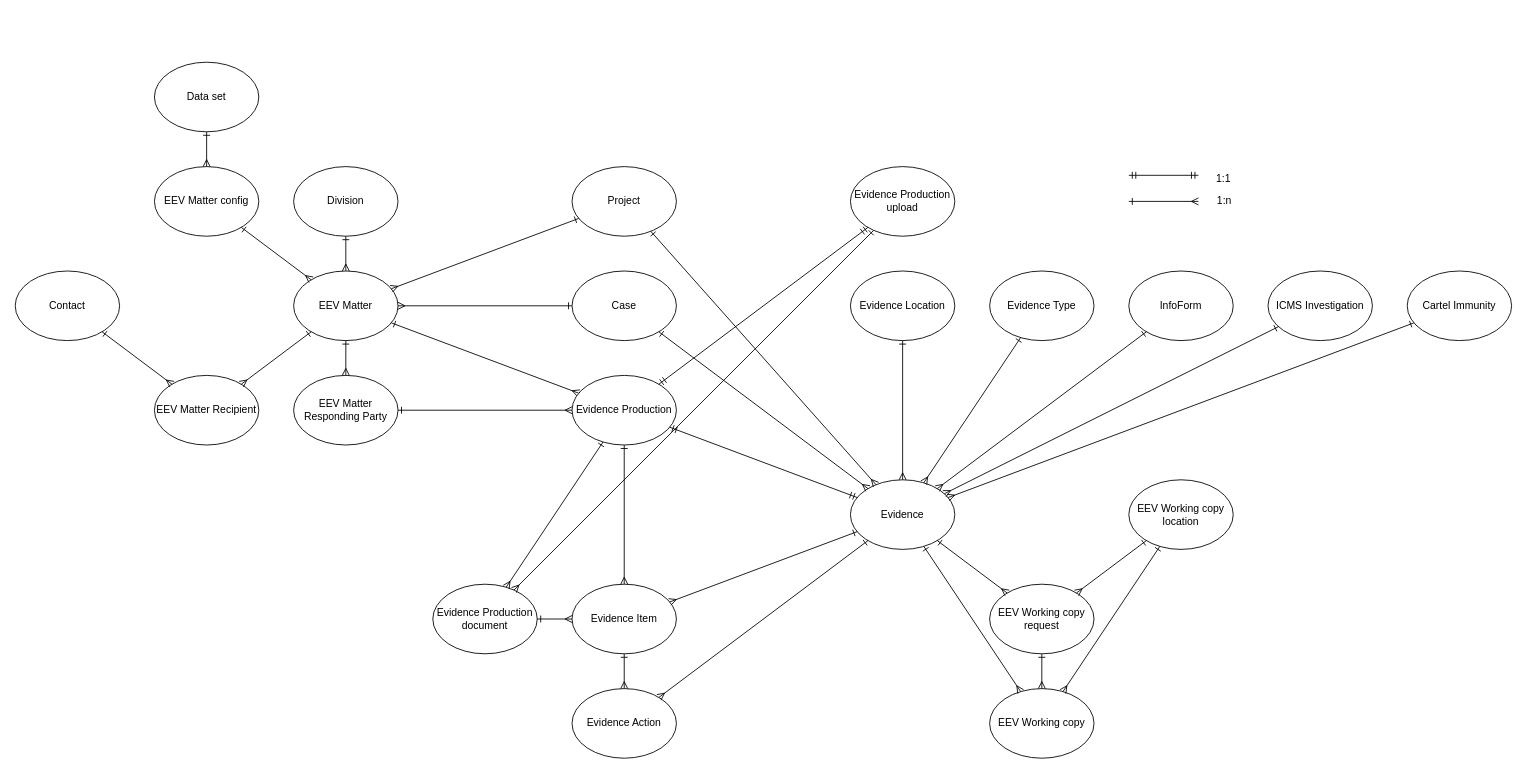
The draw.io diagram page "Page-1" (1 of 2) of Untitled Diagram.drawio in danieldotskc/helloworld, before the edit. Source tidied: cells renumbered, new cells numbered last; positions are measured from the earlier drawing's top-left corner, leaving out a move shared by most shapes. Both pictures are drawn from the tidied source at 87%, with x=0, y=0 at pixel (15, 62).
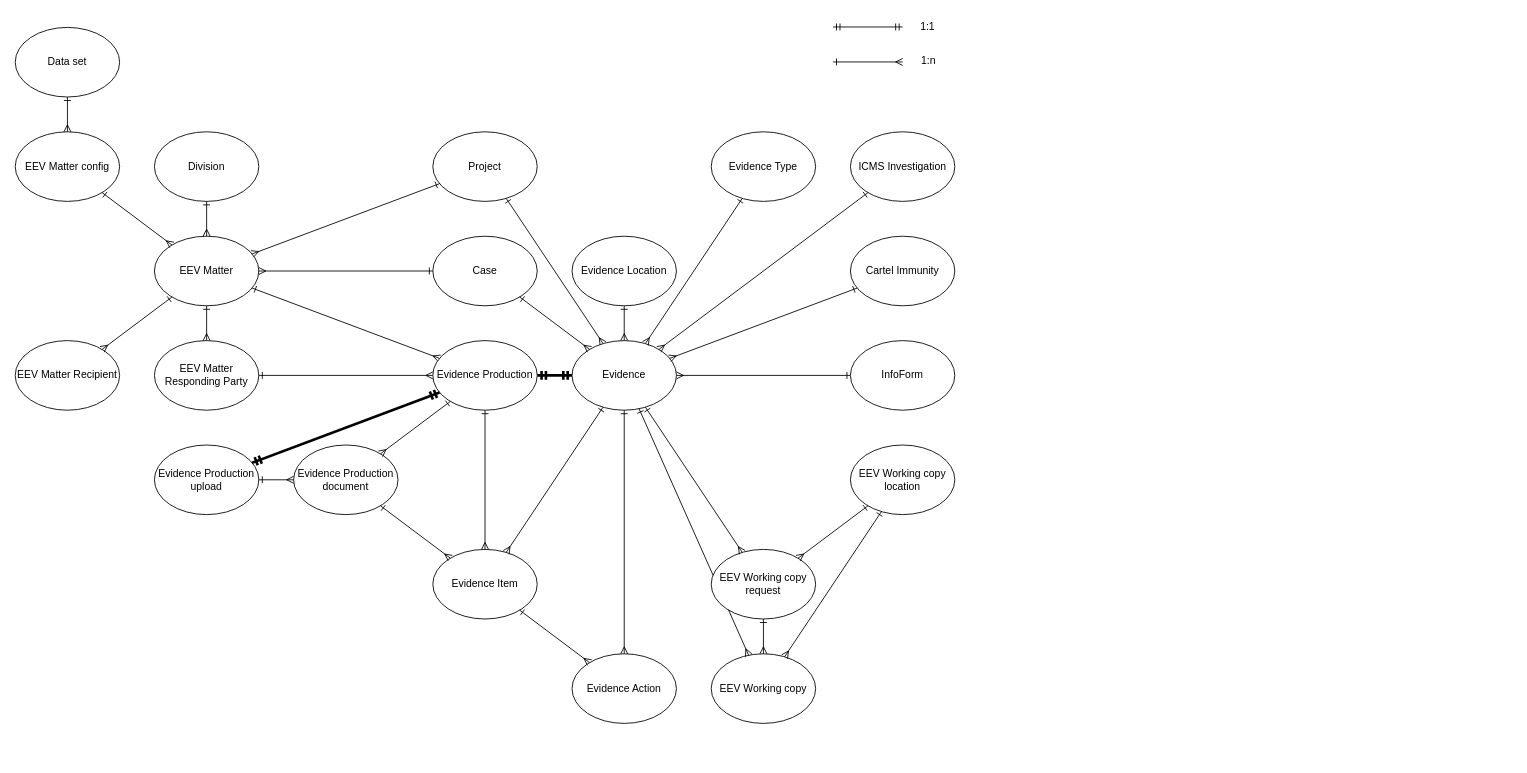
The same diagram, later.

The edit, as a diff of the source:
```diff
@@
+    <mxCell id="38" style="endArrow=ERone;html=1;rounded=0;startArrow=ERmany;startFill=0;endFill=0;" parent="1" edge="1" source="20" target="5">
+      <mxGeometry relative="1" as="geometry" />
+    </mxCell>
     <mxCell id="2" value="EEV Matter" style="ellipse;whiteSpace=wrap;html=1;" parent="1" vertex="1">
-      <mxGeometry x="320" y="240" width="120" height="80" as="geometry" />
+      <mxGeometry x="160" y="200" width="120" height="80" as="geometry" />
     </mxCell>
     <mxCell id="3" value="Case" style="ellipse;whiteSpace=wrap;html=1;" parent="1" vertex="1">
-      <mxGeometry x="640" y="240" width="120" height="80" as="geometry" />
+      <mxGeometry x="480" y="200" width="120" height="80" as="geometry" />
     </mxCell>
@@
     <mxCell id="5" value="Project" style="ellipse;whiteSpace=wrap;html=1;" parent="1" vertex="1">
-      <mxGeometry x="640" y="120" width="120" height="80" as="geometry" />
+      <mxGeometry x="480" y="80" width="120" height="80" as="geometry" />
     </mxCell>
@@
     <mxCell id="7" value="Division" style="ellipse;whiteSpace=wrap;html=1;" parent="1" vertex="1">
-      <mxGeometry x="320" y="120" width="120" height="80" as="geometry" />
+      <mxGeometry x="160" y="80" width="120" height="80" as="geometry" />
     </mxCell>
@@
     <mxCell id="9" value="EEV Matter config" style="ellipse;whiteSpace=wrap;html=1;" parent="1" vertex="1">
-      <mxGeometry x="160" y="120" width="120" height="80" as="geometry" />
+      <mxGeometry y="80" width="120" height="80" as="geometry" />
     </mxCell>
@@
     <mxCell id="11" value="Data set" style="ellipse;whiteSpace=wrap;html=1;" parent="1" vertex="1">
-      <mxGeometry x="160" width="120" height="80" as="geometry" />
+      <mxGeometry y="-40" width="120" height="80" as="geometry" />
     </mxCell>
@@
     <mxCell id="13" value="EEV Matter Recipient" style="ellipse;whiteSpace=wrap;html=1;" parent="1" vertex="1">
-      <mxGeometry x="160" y="360" width="120" height="80" as="geometry" />
+      <mxGeometry y="320" width="120" height="80" as="geometry" />
     </mxCell>
@@
-    <mxCell id="15" value="Contact" style="ellipse;whiteSpace=wrap;html=1;" parent="1" vertex="1">
-      <mxGeometry y="240" width="120" height="80" as="geometry" />
-    </mxCell>
-    <mxCell id="16" style="endArrow=ERone;html=1;rounded=0;startArrow=ERmany;startFill=0;endFill=0;" parent="1" edge="1" source="13" target="15">
-      <mxGeometry relative="1" as="geometry" />
-    </mxCell>
     <mxCell id="17" value="EEV Matter Responding Party" style="ellipse;whiteSpace=wrap;html=1;" parent="1" vertex="1">
-      <mxGeometry x="320" y="360" width="120" height="80" as="geometry" />
+      <mxGeometry x="160" y="320" width="120" height="80" as="geometry" />
     </mxCell>
@@
     <mxCell id="19" value="EEV Working copy" style="ellipse;whiteSpace=wrap;html=1;" parent="1" vertex="1">
-      <mxGeometry x="1120" y="720" width="120" height="80" as="geometry" />
+      <mxGeometry x="800" y="680" width="120" height="80" as="geometry" />
     </mxCell>
     <mxCell id="20" value="Evidence" style="ellipse;whiteSpace=wrap;html=1;" parent="1" vertex="1">
-      <mxGeometry x="960" y="480" width="120" height="80" as="geometry" />
+      <mxGeometry x="640" y="320" width="120" height="80" as="geometry" />
     </mxCell>
@@
     <mxCell id="22" value="EEV Working copy request" style="ellipse;whiteSpace=wrap;html=1;" parent="1" vertex="1">
-      <mxGeometry x="1120" y="600" width="120" height="80" as="geometry" />
+      <mxGeometry x="800" y="560" width="120" height="80" as="geometry" />
     </mxCell>
@@
     <mxCell id="24" value="EEV Working copy location" style="ellipse;whiteSpace=wrap;html=1;" parent="1" vertex="1">
-      <mxGeometry x="1280" y="480" width="120" height="80" as="geometry" />
+      <mxGeometry x="960" y="440" width="120" height="80" as="geometry" />
     </mxCell>
@@
-    <mxCell id="29" value="InfoForm" style="ellipse;whiteSpace=wrap;html=1;" parent="1" vertex="1">
-      <mxGeometry x="1280" y="240" width="120" height="80" as="geometry" />
-    </mxCell>
@@
     <mxCell id="32" value="Evidence Location" style="ellipse;whiteSpace=wrap;html=1;" parent="1" vertex="1">
-      <mxGeometry x="960" y="240" width="120" height="80" as="geometry" />
+      <mxGeometry x="640" y="200" width="120" height="80" as="geometry" />
     </mxCell>
@@
     <mxCell id="34" value="Evidence Type" style="ellipse;whiteSpace=wrap;html=1;" parent="1" vertex="1">
-      <mxGeometry x="1120" y="240" width="120" height="80" as="geometry" />
+      <mxGeometry x="800" y="80" width="120" height="80" as="geometry" />
     </mxCell>
@@
     <mxCell id="36" value="ICMS Investigation" style="ellipse;whiteSpace=wrap;html=1;" parent="1" vertex="1">
-      <mxGeometry x="1440" y="240" width="120" height="80" as="geometry" />
+      <mxGeometry x="960" y="80" width="120" height="80" as="geometry" />
     </mxCell>
@@
-    <mxCell id="38" style="endArrow=ERone;html=1;rounded=0;startArrow=ERmany;startFill=0;endFill=0;" parent="1" edge="1" source="20" target="5">
-      <mxGeometry relative="1" as="geometry" />
-    </mxCell>
     <mxCell id="39" value="Cartel Immunity" style="ellipse;whiteSpace=wrap;html=1;" parent="1" vertex="1">
-      <mxGeometry x="1600" y="240" width="120" height="80" as="geometry" />
+      <mxGeometry x="960" y="200" width="120" height="80" as="geometry" />
     </mxCell>
@@
     <mxCell id="41" value="Evidence Action" style="ellipse;whiteSpace=wrap;html=1;" parent="1" vertex="1">
-      <mxGeometry x="640" y="720" width="120" height="80" as="geometry" />
+      <mxGeometry x="640" y="680" width="120" height="80" as="geometry" />
     </mxCell>
@@
     <mxCell id="43" value="Evidence Item" style="ellipse;whiteSpace=wrap;html=1;" parent="1" vertex="1">
-      <mxGeometry x="640" y="600" width="120" height="80" as="geometry" />
+      <mxGeometry x="480" y="560" width="120" height="80" as="geometry" />
     </mxCell>
@@
     <mxCell id="47" value="Evidence Production document" style="ellipse;whiteSpace=wrap;html=1;" parent="1" vertex="1">
-      <mxGeometry x="480" y="600" width="120" height="80" as="geometry" />
+      <mxGeometry x="320" y="440" width="120" height="80" as="geometry" />
     </mxCell>
@@
     <mxCell id="49" value="Evidence Production" style="ellipse;whiteSpace=wrap;html=1;" parent="1" vertex="1">
-      <mxGeometry x="640" y="360" width="120" height="80" as="geometry" />
+      <mxGeometry x="480" y="320" width="120" height="80" as="geometry" />
     </mxCell>
@@
     <mxCell id="51" value="Evidence Production upload" style="ellipse;whiteSpace=wrap;html=1;" parent="1" vertex="1">
-      <mxGeometry x="960" y="120" width="120" height="80" as="geometry" />
+      <mxGeometry x="160" y="440" width="120" height="80" as="geometry" />
     </mxCell>
@@
-    <mxCell id="54" style="endArrow=ERmandOne;html=1;rounded=0;startArrow=ERmandOne;startFill=0;endFill=0;" parent="1" edge="1" source="49" target="51">
+    <mxCell id="54" style="endArrow=ERmandOne;html=1;rounded=0;startArrow=ERmandOne;startFill=0;endFill=0;strokeWidth=3;" parent="1" edge="1" source="49" target="51">
       <mxGeometry relative="1" as="geometry" />
     </mxCell>
-    <mxCell id="55" style="endArrow=ERmandOne;html=1;rounded=0;startArrow=ERmandOne;startFill=0;endFill=0;" parent="1" edge="1" source="49" target="20">
+    <mxCell id="55" style="endArrow=ERmandOne;html=1;rounded=0;startArrow=ERmandOne;startFill=0;endFill=0;strokeWidth=3;" parent="1" edge="1" source="49" target="20">
       <mxGeometry relative="1" as="geometry" />
     </mxCell>
     <mxCell id="56" style="endArrow=ERmandOne;html=1;rounded=0;startArrow=ERmandOne;startFill=0;endFill=0;" parent="1" edge="1">
       <mxGeometry relative="1" as="geometry">
-        <mxPoint x="1280" y="130" as="sourcePoint" />
-        <mxPoint x="1360" y="130" as="targetPoint" />
+        <mxPoint x="940" y="-40.5" as="sourcePoint" />
+        <mxPoint x="1020" y="-40.5" as="targetPoint" />
       </mxGeometry>
     </mxCell>
     <mxCell id="57" value="1:1" style="text;html=1;align=center;verticalAlign=middle;whiteSpace=wrap;rounded=0;" parent="1" vertex="1">
-      <mxGeometry x="1360" y="123" width="58" height="22" as="geometry" />
+      <mxGeometry x="1020" y="-54" width="58" height="25" as="geometry" />
     </mxCell>
     <mxCell id="58" style="endArrow=ERone;html=1;rounded=0;startArrow=ERmany;startFill=0;endFill=0;" parent="1" edge="1">
       <mxGeometry relative="1" as="geometry">
-        <mxPoint x="1360" y="160" as="sourcePoint" />
-        <mxPoint x="1280" y="160" as="targetPoint" />
+        <mxPoint x="1020" y="-0.3" as="sourcePoint" />
+        <mxPoint x="940" y="-0.3" as="targetPoint" />
       </mxGeometry>
     </mxCell>
     <mxCell id="59" value="1:n" style="text;html=1;align=center;verticalAlign=middle;whiteSpace=wrap;rounded=0;" parent="1" vertex="1">
-      <mxGeometry x="1360" y="145" width="60" height="30" as="geometry" />
+      <mxGeometry x="1020" y="-16" width="60" height="30" as="geometry" />
     </mxCell>
+    <mxCell id="29" value="InfoForm" style="ellipse;whiteSpace=wrap;html=1;" parent="1" vertex="1">
+      <mxGeometry x="960" y="320" width="120" height="80" as="geometry" />
+    </mxCell>
```
